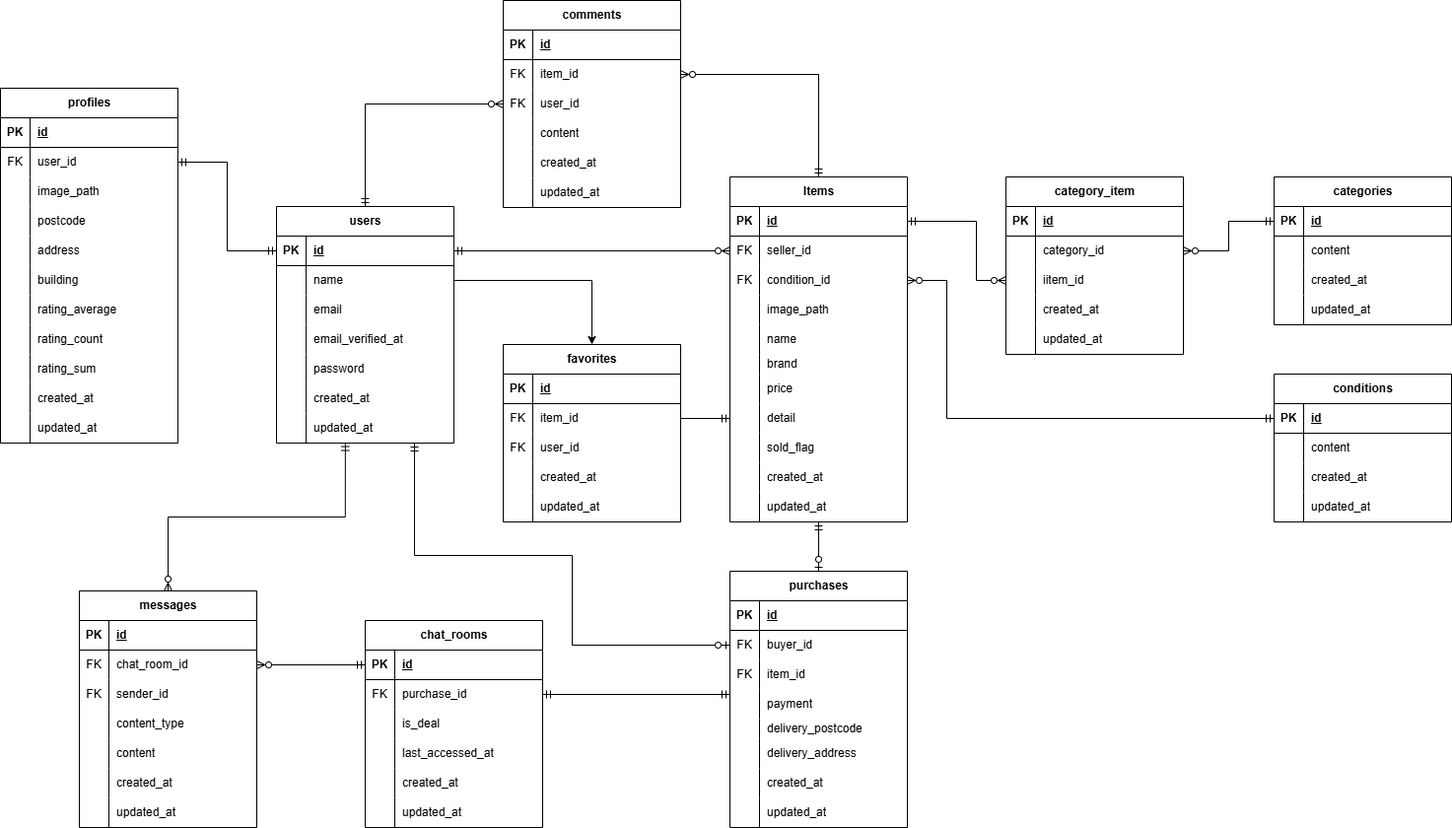
The draw.io diagram src/er-diagram.drawio.png in Roba-97/ObanaRyota-mockcase1-furima-app, before a commit. Source tidied: cells renumbered, new cells last; positions are measured from the earlier drawing's top-left corner, leaving out a move shared by most shapes.
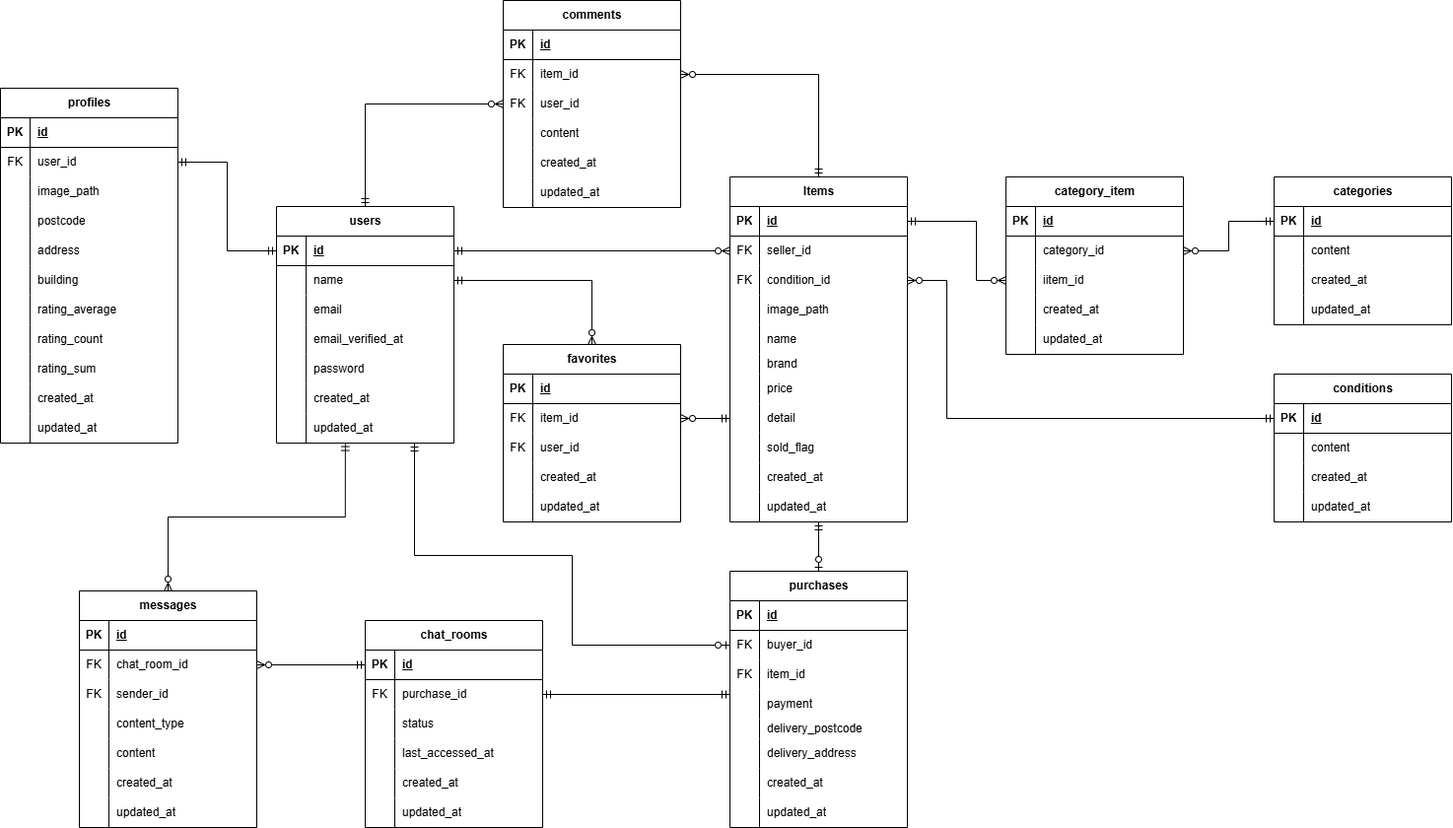
After the change.

Change to the diagram source:
```diff
@@ -642,7 +642,7 @@
     <mxCell id="211" style="shape=partialRectangle;fillColor=none;top=0;left=0;bottom=0;right=0;overflow=hidden;whiteSpace=wrap;html=1;" parent="210" vertex="1">
       <mxGeometry width="30" height="30" as="geometry" />
     </mxCell>
-    <mxCell id="212" value="is_deal" style="shape=partialRectangle;fillColor=none;top=0;left=0;bottom=0;right=0;align=left;spacingLeft=6;overflow=hidden;whiteSpace=wrap;html=1;" parent="210" vertex="1">
+    <mxCell id="212" value="status" style="shape=partialRectangle;fillColor=none;top=0;left=0;bottom=0;right=0;align=left;spacingLeft=6;overflow=hidden;whiteSpace=wrap;html=1;" parent="210" vertex="1">
       <mxGeometry x="30" width="150" height="30" as="geometry" />
     </mxCell>
     <mxCell id="213" style="shape=tableRow;horizontal=0;startSize=0;swimlaneHead=0;swimlaneBody=0;fillColor=none;top=0;left=0;right=0;bottom=0;" parent="203" vertex="1">
@@ -738,10 +738,10 @@
     <mxCell id="243" value="&lt;span style=&quot;color: rgb(0, 0, 0);&quot;&gt;updated_at&lt;/span&gt;" style="shape=partialRectangle;fillColor=none;top=0;left=0;bottom=0;right=0;align=left;spacingLeft=6;overflow=hidden;whiteSpace=wrap;html=1;" parent="241" vertex="1">
       <mxGeometry x="30" width="150" height="30" as="geometry" />
     </mxCell>
-    <mxCell id="244" style="edgeStyle=orthogonalEdgeStyle;html=1;exitX=1;exitY=0.5;exitDx=0;exitDy=0;entryX=0.5;entryY=0;entryDx=0;entryDy=0;rounded=0;curved=0;" parent="1" edge="1" source="7" target="93">
+    <mxCell id="244" style="edgeStyle=orthogonalEdgeStyle;html=1;exitX=1;exitY=0.5;exitDx=0;exitDy=0;entryX=0.5;entryY=0;entryDx=0;entryDy=0;rounded=0;curved=0;endArrow=ERzeroToMany;endFill=0;startArrow=ERmandOne;startFill=0;" parent="1" edge="1" source="7" target="93">
       <mxGeometry relative="1" as="geometry" />
     </mxCell>
-    <mxCell id="245" style="edgeStyle=none;html=1;exitX=1;exitY=0.5;exitDx=0;exitDy=0;entryX=0;entryY=0.5;entryDx=0;entryDy=0;endArrow=ERmandOne;endFill=0;" parent="1" edge="1" source="97" target="81">
+    <mxCell id="245" style="edgeStyle=none;html=1;exitX=1;exitY=0.5;exitDx=0;exitDy=0;entryX=0;entryY=0.5;entryDx=0;entryDy=0;endArrow=ERmandOne;endFill=0;startArrow=ERzeroToMany;startFill=0;" parent="1" edge="1" source="97" target="81">
       <mxGeometry relative="1" as="geometry" />
     </mxCell>
     <mxCell id="246" style="edgeStyle=orthogonalEdgeStyle;html=1;exitX=0;exitY=0.5;exitDx=0;exitDy=0;entryX=1;entryY=0.5;entryDx=0;entryDy=0;rounded=0;curved=0;endArrow=ERzeroToMany;endFill=0;startArrow=ERmandOne;startFill=0;" parent="1" edge="1" source="204" target="226">
```
